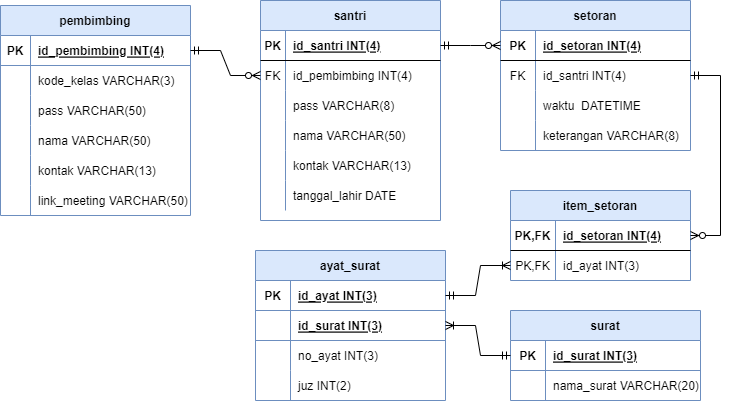
nentinur/IF214002 keeps this draw.io diagram as pertemuan6/Pertemuan6.drawio.png. Above is the earlier version. Source tidied: cells renumbered, new cells last; positions are measured from the earlier drawing's top-left corner, leaving out a move shared by most shapes.
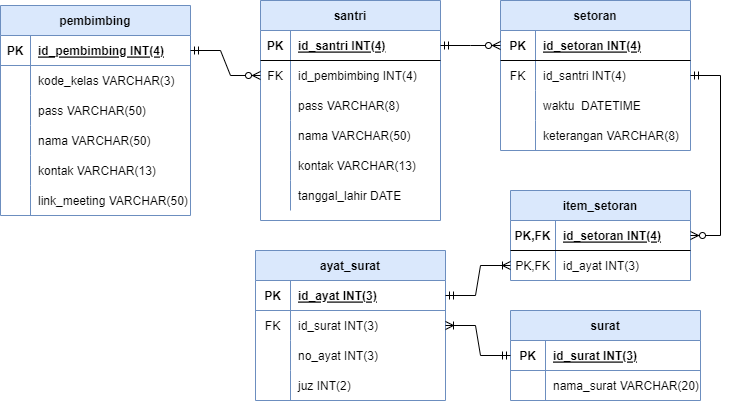
After the commit.

The edit, as a diff of the source:
```diff
@@ -9,55 +9,55 @@
       <mxGeometry y="30" width="180" height="30" as="geometry" />
     </mxCell>
     <mxCell id="4" value="PK" style="shape=partialRectangle;fillColor=none;top=0;left=0;bottom=0;right=0;fontStyle=1;overflow=hidden;" parent="3" vertex="1">
-      <mxGeometry width="25" height="30" as="geometry" />
+      <mxGeometry width="30" height="30" as="geometry" />
     </mxCell>
     <mxCell id="5" value="id_santri INT(4)" style="shape=partialRectangle;fillColor=none;top=0;left=0;bottom=0;right=0;align=left;spacingLeft=6;fontStyle=5;overflow=hidden;" parent="3" vertex="1">
-      <mxGeometry x="25" width="155" height="30" as="geometry" />
+      <mxGeometry x="30" width="150" height="30" as="geometry" />
     </mxCell>
     <mxCell id="6" style="shape=tableRow;horizontal=0;startSize=0;swimlaneHead=0;swimlaneBody=0;fillColor=none;points=[[0,0.5],[1,0.5]];portConstraint=eastwest;top=0;left=0;right=0;bottom=0;" parent="2" vertex="1">
       <mxGeometry y="60" width="180" height="30" as="geometry" />
     </mxCell>
     <mxCell id="7" value="FK" style="shape=partialRectangle;fillColor=none;top=0;left=0;bottom=0;right=0;overflow=hidden;" parent="6" vertex="1">
-      <mxGeometry width="25" height="30" as="geometry" />
+      <mxGeometry width="30" height="30" as="geometry" />
     </mxCell>
     <mxCell id="8" value="id_pembimbing INT(4)" style="shape=partialRectangle;fillColor=none;top=0;left=0;bottom=0;right=0;align=left;spacingLeft=6;overflow=hidden;" parent="6" vertex="1">
-      <mxGeometry x="25" width="155" height="30" as="geometry" />
+      <mxGeometry x="30" width="150" height="30" as="geometry" />
     </mxCell>
     <mxCell id="9" style="shape=tableRow;horizontal=0;startSize=0;swimlaneHead=0;swimlaneBody=0;fillColor=none;top=0;left=0;right=0;bottom=0;" parent="2" vertex="1">
       <mxGeometry y="90" width="180" height="30" as="geometry" />
     </mxCell>
     <mxCell id="10" style="shape=partialRectangle;fillColor=none;top=0;left=0;bottom=0;right=0;overflow=hidden;" parent="9" vertex="1">
-      <mxGeometry width="25" height="30" as="geometry" />
+      <mxGeometry width="30" height="30" as="geometry" />
     </mxCell>
     <mxCell id="11" value="pass VARCHAR(8)" style="shape=partialRectangle;fillColor=none;top=0;left=0;bottom=0;right=0;align=left;spacingLeft=6;overflow=hidden;" parent="9" vertex="1">
-      <mxGeometry x="25" width="155" height="30" as="geometry" />
+      <mxGeometry x="30" width="150" height="30" as="geometry" />
     </mxCell>
     <mxCell id="12" style="shape=tableRow;horizontal=0;startSize=0;swimlaneHead=0;swimlaneBody=0;fillColor=none;top=0;left=0;right=0;bottom=0;" parent="2" vertex="1">
       <mxGeometry y="120" width="180" height="30" as="geometry" />
     </mxCell>
     <mxCell id="13" style="shape=partialRectangle;fillColor=none;top=0;left=0;bottom=0;right=0;overflow=hidden;" parent="12" vertex="1">
-      <mxGeometry width="25" height="30" as="geometry" />
+      <mxGeometry width="30" height="30" as="geometry" />
     </mxCell>
     <mxCell id="14" value="nama VARCHAR(50)" style="shape=partialRectangle;fillColor=none;top=0;left=0;bottom=0;right=0;align=left;spacingLeft=6;overflow=hidden;" parent="12" vertex="1">
-      <mxGeometry x="25" width="155" height="30" as="geometry" />
+      <mxGeometry x="30" width="150" height="30" as="geometry" />
     </mxCell>
     <mxCell id="15" style="shape=tableRow;horizontal=0;startSize=0;swimlaneHead=0;swimlaneBody=0;fillColor=none;top=0;left=0;right=0;bottom=0;" parent="2" vertex="1">
       <mxGeometry y="150" width="180" height="30" as="geometry" />
     </mxCell>
     <mxCell id="16" style="shape=partialRectangle;fillColor=none;top=0;left=0;bottom=0;right=0;overflow=hidden;" parent="15" vertex="1">
-      <mxGeometry width="25" height="30" as="geometry" />
+      <mxGeometry width="30" height="30" as="geometry" />
     </mxCell>
     <mxCell id="17" value="kontak VARCHAR(13)" style="shape=partialRectangle;fillColor=none;top=0;left=0;bottom=0;right=0;align=left;spacingLeft=6;overflow=hidden;" parent="15" vertex="1">
-      <mxGeometry x="25" width="155" height="30" as="geometry" />
+      <mxGeometry x="30" width="150" height="30" as="geometry" />
     </mxCell>
     <mxCell id="18" style="shape=tableRow;horizontal=0;startSize=0;swimlaneHead=0;swimlaneBody=0;fillColor=none;top=0;left=0;right=0;bottom=0;" parent="2" vertex="1">
       <mxGeometry y="180" width="180" height="30" as="geometry" />
     </mxCell>
     <mxCell id="19" style="shape=partialRectangle;fillColor=none;top=0;left=0;bottom=0;right=0;overflow=hidden;" parent="18" vertex="1">
-      <mxGeometry width="25" height="30" as="geometry" />
+      <mxGeometry width="30" height="30" as="geometry" />
     </mxCell>
     <mxCell id="20" value="tanggal_lahir DATE" style="shape=partialRectangle;fillColor=none;top=0;left=0;bottom=0;right=0;align=left;spacingLeft=6;overflow=hidden;" parent="18" vertex="1">
-      <mxGeometry x="25" width="155" height="30" as="geometry" />
+      <mxGeometry x="30" width="150" height="30" as="geometry" />
     </mxCell>
     <mxCell id="21" value="pembimbing" style="shape=table;startSize=30;rowLines=0;fontStyle=1;align=center;fillColor=#dae8fc;strokeColor=#6c8ebf;" parent="1" vertex="1">
       <mxGeometry y="5" width="190" height="210" as="geometry" />
@@ -218,13 +218,13 @@
     <mxCell id="73" value="id_ayat INT(3)" style="shape=partialRectangle;fillColor=none;top=0;left=0;bottom=0;right=0;align=left;spacingLeft=6;fontStyle=5;overflow=hidden;" parent="71" vertex="1">
       <mxGeometry x="35" width="155" height="30" as="geometry" />
     </mxCell>
-    <mxCell id="74" style="shape=tableRow;horizontal=0;startSize=0;swimlaneHead=0;swimlaneBody=0;fillColor=none;points=[[0,0.5],[1,0.5]];portConstraint=eastwest;top=0;left=0;right=0;bottom=1;strokeColor=#6c8ebf;gradientColor=#ffffff;" parent="70" vertex="1">
-      <mxGeometry y="60" width="190" height="30" as="geometry" />
-    </mxCell>
-    <mxCell id="75" style="shape=partialRectangle;fillColor=none;top=0;left=0;bottom=0;right=0;fontStyle=1;overflow=hidden;" parent="74" vertex="1">
-      <mxGeometry width="35" height="30" as="geometry" />
-    </mxCell>
+    <mxCell id="85" style="shape=tableRow;horizontal=0;startSize=0;swimlaneHead=0;swimlaneBody=0;fillColor=none;points=[[0,0.5],[1,0.5]];portConstraint=eastwest;top=0;left=0;right=0;bottom=0;" parent="70" vertex="1">
+      <mxGeometry y="60" width="190" height="30" as="geometry" />
+    </mxCell>
+    <mxCell id="86" value="FK" style="shape=partialRectangle;fillColor=none;top=0;left=0;bottom=0;right=0;overflow=hidden;" parent="85" vertex="1">
+      <mxGeometry width="35" height="30" as="geometry" />
+    </mxCell>
-    <mxCell id="76" value="id_surat INT(3)" style="shape=partialRectangle;fillColor=none;top=0;left=0;bottom=0;right=0;align=left;spacingLeft=6;fontStyle=5;overflow=hidden;" parent="74" vertex="1">
+    <mxCell id="76" value="id_surat INT(3)" style="shape=partialRectangle;fillColor=none;top=0;left=0;bottom=0;right=0;align=left;spacingLeft=6;overflow=hidden;" parent="85" vertex="1">
       <mxGeometry x="35" width="155" height="30" as="geometry" />
     </mxCell>
     <mxCell id="77" style="shape=tableRow;horizontal=0;startSize=0;swimlaneHead=0;swimlaneBody=0;fillColor=none;top=0;left=0;right=0;bottom=0;" parent="70" vertex="1">
@@ -245,7 +245,7 @@
     <mxCell id="82" value="juz INT(2)" style="shape=partialRectangle;fillColor=none;top=0;left=0;bottom=0;right=0;align=left;spacingLeft=6;overflow=hidden;" parent="80" vertex="1">
       <mxGeometry x="35" width="155" height="30" as="geometry" />
     </mxCell>
-    <mxCell id="83" style="edgeStyle=entityRelationEdgeStyle;fontSize=12;html=1;endArrow=ERoneToMany;startArrow=ERmandOne;rounded=0;exitX=0;exitY=0.5;exitDx=0;exitDy=0;entryX=1;entryY=0.5;entryDx=0;entryDy=0;" parent="1" edge="1" source="61" target="74">
+    <mxCell id="83" style="edgeStyle=entityRelationEdgeStyle;fontSize=12;html=1;endArrow=ERoneToMany;startArrow=ERmandOne;rounded=0;exitX=0;exitY=0.5;exitDx=0;exitDy=0;entryX=1;entryY=0.5;entryDx=0;entryDy=0;" parent="1" edge="1" source="61" target="85">
       <mxGeometry relative="1" as="geometry" />
     </mxCell>
     <mxCell id="84" style="edgeStyle=entityRelationEdgeStyle;fontSize=12;html=1;endArrow=ERoneToMany;startArrow=ERmandOne;rounded=0;exitX=1;exitY=0.5;exitDx=0;exitDy=0;" parent="1" edge="1" source="71" target="57">
```
